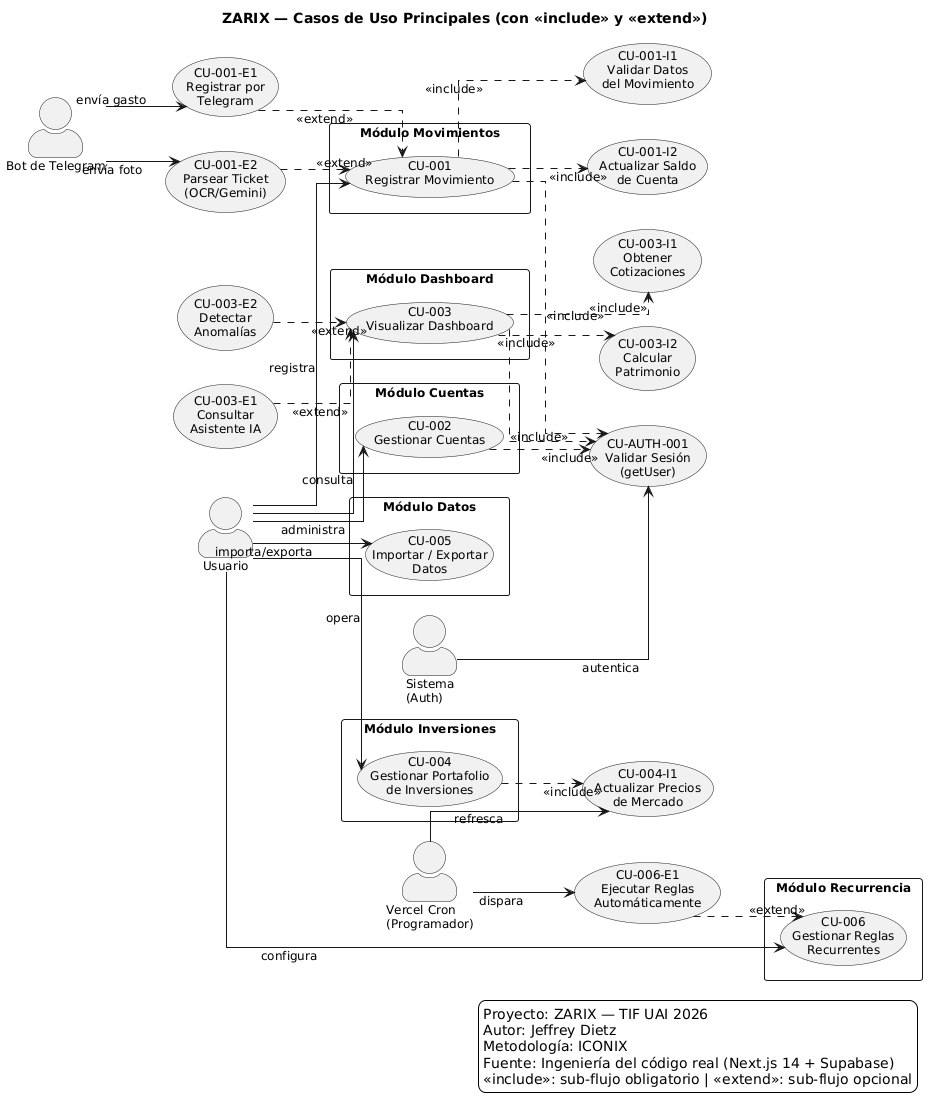
The PlantUML diagram docs/tif/png/fig01_casos_uso.png in jeffreydtz/zarix, before a commit.
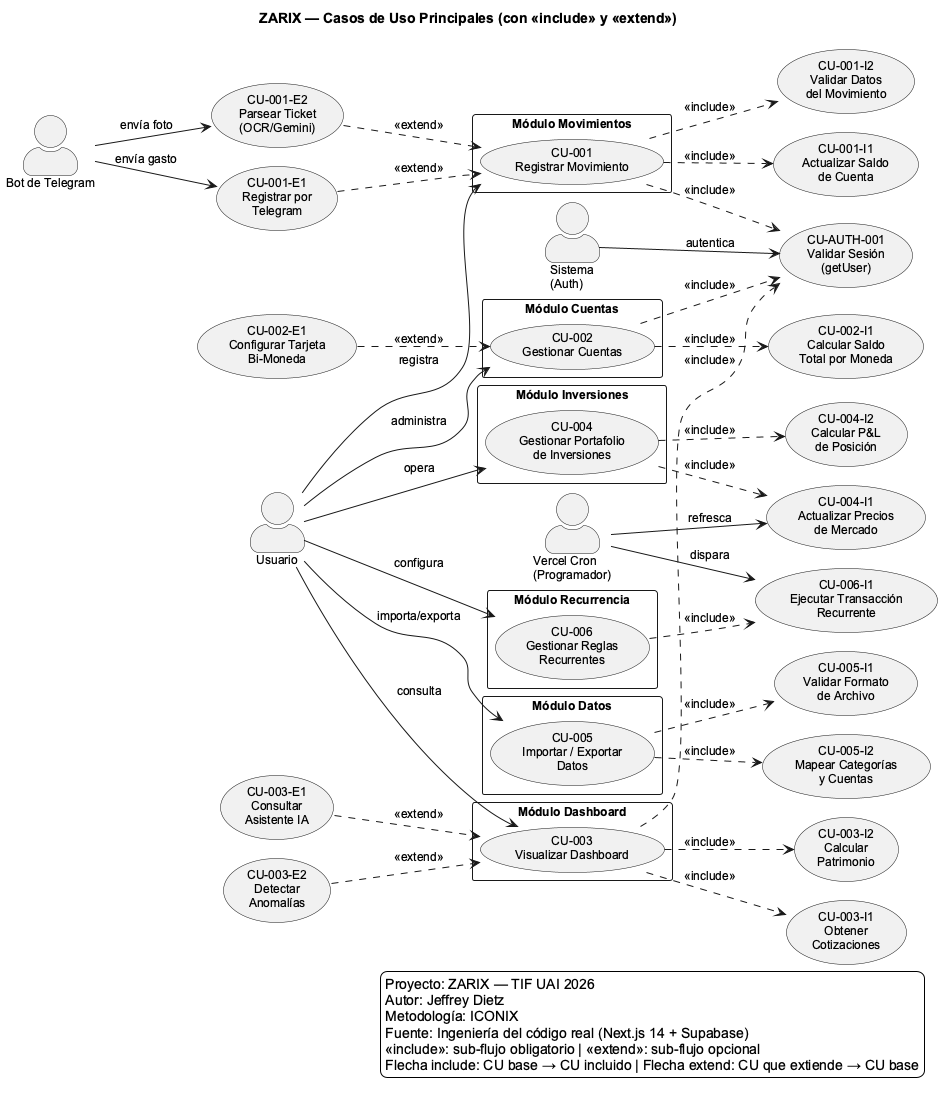
Later version of the same file.

Change to the diagram source:
```diff
@@ -1,4 +1,5 @@
-@startuml
+@startuml D-CU-GEN-001 — Diagrama de Casos de Uso de Zarix
+!pragma layout smetana
 title ZARIX — Casos de Uso Principales (con <<include>> y <<extend>>)
 
 skinparam shadowing false
@@ -35,17 +36,22 @@
 }
 
 usecase "CU-AUTH-001\nValidar Sesión\n(getUser)" as CU_AUTH
-usecase "CU-001-I1\nValidar Datos\ndel Movimiento" as CU_VAL
-usecase "CU-001-I2\nActualizar Saldo\nde Cuenta" as CU_SALDO
+usecase "CU-001-I1\nActualizar Saldo\nde Cuenta" as CU_SALDO
+usecase "CU-001-I2\nValidar Datos\ndel Movimiento" as CU_VAL
+usecase "CU-002-I1\nCalcular Saldo\nTotal por Moneda" as CU_TOT
 usecase "CU-003-I1\nObtener\nCotizaciones" as CU_COT
 usecase "CU-003-I2\nCalcular\nPatrimonio" as CU_PAT
 usecase "CU-004-I1\nActualizar Precios\nde Mercado" as CU_PRICE
+usecase "CU-004-I2\nCalcular P&L\nde Posición" as CU_PNL
+usecase "CU-005-I1\nValidar Formato\nde Archivo" as CU_FMT
+usecase "CU-005-I2\nMapear Categorías\ny Cuentas" as CU_MAP
+usecase "CU-006-I1\nEjecutar Transacción\nRecurrente" as CU_EXEC
 
 usecase "CU-001-E1\nRegistrar por\nTelegram" as CU_TG
 usecase "CU-001-E2\nParsear Ticket\n(OCR/Gemini)" as CU_OCR
+usecase "CU-002-E1\nConfigurar Tarjeta\nBi-Moneda" as CU_BIM
 usecase "CU-003-E1\nConsultar\nAsistente IA" as CU_IA
 usecase "CU-003-E2\nDetectar\nAnomalías" as CU_ANOM
-usecase "CU-006-E1\nEjecutar Reglas\nAutomáticamente" as CU_CRON
 
 U --> CU1 : registra
 U --> CU2 : administra
@@ -56,23 +62,28 @@
 BT --> CU_TG : envía gasto
 BT --> CU_OCR : envía foto
 S --> CU_AUTH : autentica
-CRON --> CU_CRON : dispara
+CRON --> CU_EXEC : dispara
 CRON --> CU_PRICE : refresca
 
 CU1 ..> CU_AUTH : <<include>>
 CU1 ..> CU_VAL : <<include>>
 CU1 ..> CU_SALDO : <<include>>
 CU2 ..> CU_AUTH : <<include>>
+CU2 ..> CU_TOT : <<include>>
 CU3 ..> CU_AUTH : <<include>>
 CU3 ..> CU_COT : <<include>>
 CU3 ..> CU_PAT : <<include>>
 CU4 ..> CU_PRICE : <<include>>
+CU4 ..> CU_PNL : <<include>>
+CU5 ..> CU_FMT : <<include>>
+CU5 ..> CU_MAP : <<include>>
+CU6 ..> CU_EXEC : <<include>>
 
 CU_TG ..> CU1 : <<extend>>
 CU_OCR ..> CU1 : <<extend>>
+CU_BIM ..> CU2 : <<extend>>
 CU_IA ..> CU3 : <<extend>>
 CU_ANOM ..> CU3 : <<extend>>
-CU_CRON ..> CU6 : <<extend>>
 
 legend right
 Proyecto: ZARIX — TIF UAI 2026
@@ -80,5 +91,7 @@
 Metodología: ICONIX
 Fuente: Ingeniería del código real (Next.js 14 + Supabase)
 <<include>>: sub-flujo obligatorio | <<extend>>: sub-flujo opcional
+Flecha include: CU base → CU incluido | Flecha extend: CU que extiende → CU base
 endlegend
+
 @enduml
```
